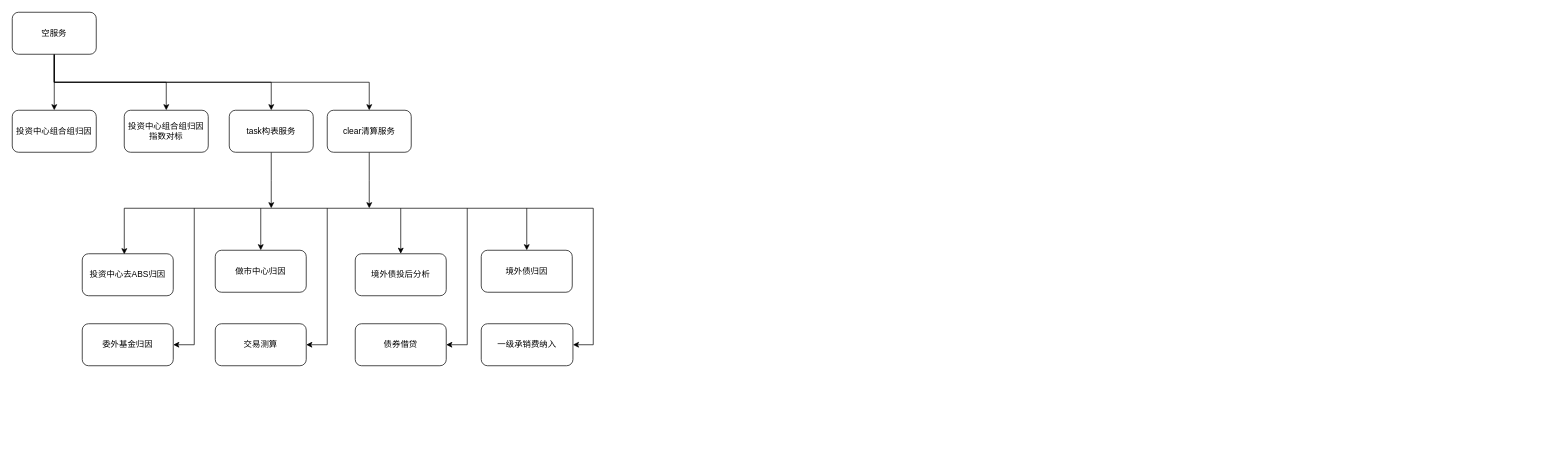
Before: 微服务调用流程图.drawio in fengfengxiong123/it, a draw.io diagram. Source tidied: cells renumbered, new cells numbered last; positions are measured from the earlier drawing's top-left corner, leaving out a move shared by most shapes. Both pictures are drawn from the tidied source at 70%, with x=0, y=0 at pixel (12, 12).
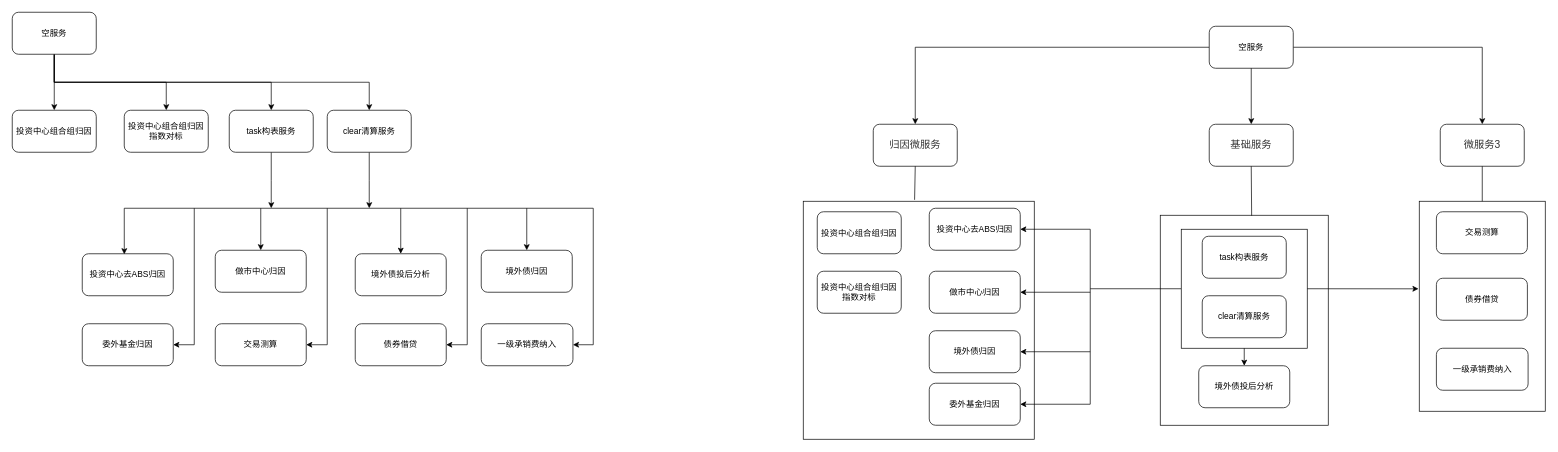
The same page after the edit.

Commit message:
更新微服务调用流程图.drawio

Change to the diagram source:
```diff
@@
+    <mxCell id="30" style="rounded=0;whiteSpace=wrap;html=1;" parent="1" vertex="1">
+      <mxGeometry x="2010" y="270" width="180" height="300" as="geometry" />
+    </mxCell>
+    <mxCell id="31" style="rounded=0;whiteSpace=wrap;html=1;" parent="1" vertex="1">
+      <mxGeometry x="1130" y="270" width="330" height="340" as="geometry" />
+    </mxCell>
@@
+    <mxCell id="32" style="edgeStyle=orthogonalEdgeStyle;rounded=0;jettySize=auto;html=1;" parent="1" edge="1" source="34" target="35">
+      <mxGeometry relative="1" as="geometry" />
+    </mxCell>
+    <mxCell id="33" style="edgeStyle=orthogonalEdgeStyle;rounded=0;jettySize=auto;html=1;exitX=1;exitY=0.5;exitDx=0;exitDy=0;entryX=0.5;entryY=0;entryDx=0;entryDy=0;" parent="1" edge="1" source="34" target="41">
+      <mxGeometry relative="1" as="geometry" />
+    </mxCell>
+    <mxCell id="34" value="空服务" style="rounded=1;whiteSpace=wrap;html=1;" parent="1" vertex="1">
+      <mxGeometry x="1710" y="20" width="120" height="60" as="geometry" />
+    </mxCell>
+    <mxCell id="35" value="&lt;div style=&quot;font-size: medium; text-align: start;&quot;&gt;&lt;/div&gt;&lt;div style=&quot;font-size: medium; text-align: start;&quot; class=&quot;document&quot;&gt;&lt;div class=&quot;section&quot;&gt;&lt;p style=&quot;margin: 3pt 0pt 3pt 16.8pt; font-family: 等线; font-size: 12pt; line-height: 20.8px; text-indent: -16.8pt;&quot; class=&quot;paragraph text-align-type-left&quot;&gt;&lt;span style=&quot;font-size: 11pt; color: rgb(51, 51, 51); letter-spacing: 0pt; vertical-align: baseline;&quot;&gt;归因微服务&lt;/span&gt;&lt;/p&gt;&lt;/div&gt;&lt;/div&gt;" style="rounded=1;whiteSpace=wrap;html=1;" parent="1" vertex="1">
+      <mxGeometry x="1230" y="160" width="120" height="60" as="geometry" />
+    </mxCell>
+    <mxCell id="36" value="&lt;div style=&quot;font-size: medium; text-align: start;&quot;&gt;&lt;/div&gt;&lt;div style=&quot;font-size: medium; text-align: start;&quot; class=&quot;document&quot;&gt;&lt;div class=&quot;section&quot;&gt;&lt;p style=&quot;margin: 3pt 0pt 3pt 16.8pt; font-family: 等线; font-size: 12pt; line-height: 20.8px; text-indent: -16.8pt;&quot; class=&quot;paragraph text-align-type-left&quot;&gt;&lt;span style=&quot;font-family: Helvetica; font-size: 12px; text-align: center; text-indent: 0px;&quot;&gt;投资中心组合组归因&lt;/span&gt;&lt;br&gt;&lt;/p&gt;&lt;/div&gt;&lt;/div&gt;" style="rounded=1;whiteSpace=wrap;html=1;" parent="1" vertex="1">
+      <mxGeometry x="1150" y="285" width="120" height="60" as="geometry" />
+    </mxCell>
+    <mxCell id="37" value="投资中心组合组归因指数对标" style="rounded=1;whiteSpace=wrap;html=1;" parent="1" vertex="1">
+      <mxGeometry x="1150" y="370" width="120" height="60" as="geometry" />
+    </mxCell>
+    <mxCell id="38" value="投资中心去ABS归因" style="rounded=1;whiteSpace=wrap;html=1;" parent="1" vertex="1">
+      <mxGeometry x="1310" y="280" width="130" height="60" as="geometry" />
+    </mxCell>
+    <mxCell id="39" value="做市中心归因" style="rounded=1;whiteSpace=wrap;html=1;" parent="1" vertex="1">
+      <mxGeometry x="1310" y="370" width="130" height="60" as="geometry" />
+    </mxCell>
+    <mxCell id="40" value="&lt;div style=&quot;font-size: medium; text-align: start;&quot;&gt;&lt;/div&gt;&lt;div style=&quot;font-size: medium; text-align: start;&quot; class=&quot;document&quot;&gt;&lt;div class=&quot;section&quot;&gt;&lt;p style=&quot;margin: 3pt 0pt 3pt 16.8pt; font-family: 等线; font-size: 12pt; line-height: 20.8px; text-indent: -16.8pt;&quot; class=&quot;paragraph text-align-type-left&quot;&gt;&lt;span style=&quot;font-size: 11pt; color: rgb(51, 51, 51); letter-spacing: 0pt; vertical-align: baseline;&quot;&gt;基础服务&lt;/span&gt;&lt;/p&gt;&lt;/div&gt;&lt;/div&gt;" style="rounded=1;whiteSpace=wrap;html=1;" parent="1" vertex="1">
+      <mxGeometry x="1710" y="160" width="120" height="60" as="geometry" />
+    </mxCell>
+    <mxCell id="41" value="&lt;div style=&quot;font-size: medium; text-align: start;&quot;&gt;&lt;/div&gt;&lt;div style=&quot;text-align: start;&quot; class=&quot;document&quot;&gt;&lt;div style=&quot;&quot; class=&quot;section&quot;&gt;&lt;p style=&quot;margin: 3pt 0pt 3pt 16.8pt; font-family: 等线; line-height: 20.8px; text-indent: -16.8pt;&quot; class=&quot;paragraph text-align-type-left&quot;&gt;&lt;font color=&quot;#333333&quot;&gt;&lt;span style=&quot;font-size: 14.6667px;&quot;&gt;微服务3&lt;/span&gt;&lt;/font&gt;&lt;/p&gt;&lt;/div&gt;&lt;/div&gt;" style="rounded=1;whiteSpace=wrap;html=1;" parent="1" vertex="1">
+      <mxGeometry x="2040" y="160" width="120" height="60" as="geometry" />
+    </mxCell>
+    <mxCell id="42" style="rounded=0;whiteSpace=wrap;html=1;" parent="1" vertex="1">
+      <mxGeometry x="1640" y="290" width="240" height="300" as="geometry" />
+    </mxCell>
+    <mxCell id="43" style="endArrow=none;html=1;rounded=0;" parent="1" edge="1">
+      <mxGeometry relative="1" as="geometry">
+        <mxPoint x="1540" y="560" as="sourcePoint" />
+        <mxPoint x="1540" y="310" as="targetPoint" />
+      </mxGeometry>
+    </mxCell>
+    <mxCell id="44" style="endArrow=none;html=1;rounded=0;entryX=0;entryY=0.5;entryDx=0;entryDy=0;" parent="1" edge="1" target="50">
+      <mxGeometry relative="1" as="geometry">
+        <mxPoint x="1540" y="395" as="sourcePoint" />
+      </mxGeometry>
+    </mxCell>
+    <mxCell id="45" style="endArrow=classic;html=1;rounded=0;entryX=1;entryY=0.5;entryDx=0;entryDy=0;" parent="1" edge="1" target="38">
+      <mxGeometry relative="1" as="geometry">
+        <mxPoint x="1540" y="310" as="sourcePoint" />
+      </mxGeometry>
+    </mxCell>
+    <mxCell id="46" style="endArrow=classic;html=1;rounded=0;entryX=1;entryY=0.5;entryDx=0;entryDy=0;" parent="1" edge="1" target="39">
+      <mxGeometry relative="1" as="geometry">
+        <mxPoint x="1540" y="400" as="sourcePoint" />
+      </mxGeometry>
+    </mxCell>
+    <mxCell id="47" value="交易测算" style="rounded=1;whiteSpace=wrap;html=1;" parent="1" vertex="1">
+      <mxGeometry x="2034.5" y="285" width="130" height="60" as="geometry" />
+    </mxCell>
+    <mxCell id="48" value="债券借贷" style="rounded=1;whiteSpace=wrap;html=1;" parent="1" vertex="1">
+      <mxGeometry x="2034.5" y="380" width="130" height="60" as="geometry" />
+    </mxCell>
+    <mxCell id="49" value="一级承销费纳入" style="rounded=1;whiteSpace=wrap;html=1;" parent="1" vertex="1">
+      <mxGeometry x="2034.5" y="480" width="131" height="60" as="geometry" />
+    </mxCell>
+    <mxCell id="50" style="rounded=0;whiteSpace=wrap;html=1;" parent="1" vertex="1">
+      <mxGeometry x="1670" y="310" width="180" height="170" as="geometry" />
+    </mxCell>
+    <mxCell id="51" value="境外债归因" style="rounded=1;whiteSpace=wrap;html=1;" parent="1" vertex="1">
+      <mxGeometry x="1310" y="455" width="130" height="60" as="geometry" />
+    </mxCell>
+    <mxCell id="52" value="委外基金归因" style="rounded=1;whiteSpace=wrap;html=1;" parent="1" vertex="1">
+      <mxGeometry x="1310" y="530" width="130" height="60" as="geometry" />
+    </mxCell>
+    <mxCell id="53" value="境外债投后分析" style="rounded=1;whiteSpace=wrap;html=1;" parent="1" vertex="1">
+      <mxGeometry x="1695" y="505" width="130" height="60" as="geometry" />
+    </mxCell>
+    <mxCell id="54" value="task构表服务" style="rounded=1;whiteSpace=wrap;html=1;" parent="1" vertex="1">
+      <mxGeometry x="1700" y="320" width="120" height="60" as="geometry" />
+    </mxCell>
+    <mxCell id="55" value="clear清算服务" style="whiteSpace=wrap;html=1;rounded=1;" parent="1" vertex="1">
+      <mxGeometry x="1700" y="405" width="120" height="60" as="geometry" />
+    </mxCell>
+    <mxCell id="56" style="endArrow=classic;html=1;rounded=0;entryX=1;entryY=0.5;entryDx=0;entryDy=0;" parent="1" edge="1" target="51">
+      <mxGeometry relative="1" as="geometry">
+        <mxPoint x="1540" y="485" as="sourcePoint" />
+      </mxGeometry>
+    </mxCell>
+    <mxCell id="57" style="endArrow=classic;html=1;rounded=0;entryX=1;entryY=0.5;entryDx=0;entryDy=0;" parent="1" edge="1" target="52">
+      <mxGeometry relative="1" as="geometry">
+        <mxPoint x="1540" y="560" as="sourcePoint" />
+      </mxGeometry>
+    </mxCell>
+    <mxCell id="58" style="endArrow=classic;html=1;rounded=0;entryX=-0.006;entryY=0.417;entryDx=0;entryDy=0;entryPerimeter=0;exitX=1;exitY=0.5;exitDx=0;exitDy=0;" parent="1" edge="1" source="50" target="30">
+      <mxGeometry relative="1" as="geometry" />
+    </mxCell>
+    <mxCell id="59" style="endArrow=classic;html=1;rounded=0;entryX=0.5;entryY=0;entryDx=0;entryDy=0;exitX=0.5;exitY=1;exitDx=0;exitDy=0;" parent="1" edge="1" source="50" target="53">
+      <mxGeometry relative="1" as="geometry" />
+    </mxCell>
+    <mxCell id="60" style="endArrow=none;html=1;rounded=0;exitX=0.5;exitY=1;exitDx=0;exitDy=0;entryX=0.482;entryY=-0.006;entryDx=0;entryDy=0;entryPerimeter=0;" parent="1" edge="1" source="35" target="31">
+      <mxGeometry relative="1" as="geometry" />
+    </mxCell>
+    <mxCell id="61" style="endArrow=none;html=1;rounded=0;exitX=0.5;exitY=1;exitDx=0;exitDy=0;entryX=0.544;entryY=0.002;entryDx=0;entryDy=0;entryPerimeter=0;" parent="1" edge="1" source="40" target="42">
+      <mxGeometry relative="1" as="geometry" />
+    </mxCell>
+    <mxCell id="62" style="endArrow=none;html=1;rounded=0;exitX=0.5;exitY=0;exitDx=0;exitDy=0;entryX=0.5;entryY=1;entryDx=0;entryDy=0;" parent="1" edge="1" source="30" target="41">
+      <mxGeometry relative="1" as="geometry" />
+    </mxCell>
+    <mxCell id="63" style="endArrow=classic;html=1;rounded=0;exitX=0.5;exitY=1;exitDx=0;exitDy=0;entryX=0.5;entryY=0;entryDx=0;entryDy=0;" parent="1" edge="1" source="34" target="40">
+      <mxGeometry relative="1" as="geometry" />
+    </mxCell>
```
